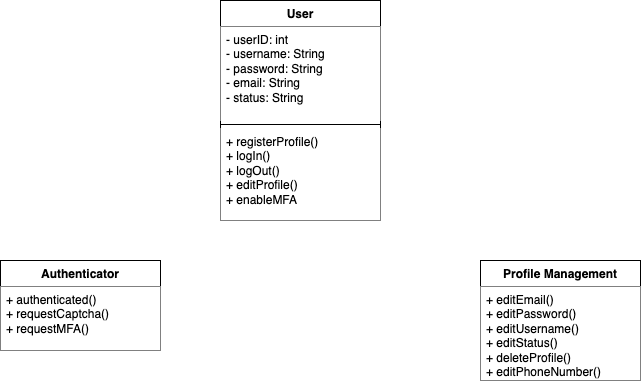
The draw.io diagram docs/class_structure_diagrams/class_structure_diagram_06.png in ShakH00/OMGame, before a commit. Source tidied: cells renumbered, new cells last; positions are measured from the earlier drawing's top-left corner, leaving out a move shared by most shapes. Source of this version:
```xml
<mxGraphModel>
  <root>
    <mxCell id="0" />
    <mxCell id="1" parent="0" />
    <mxCell id="2" value="User" style="swimlane;fontStyle=1;align=center;verticalAlign=top;horizontal=1;startSize=26;whiteSpace=wrap;html=1;" parent="1" vertex="1">
      <mxGeometry x="220" width="160" height="220" as="geometry" />
    </mxCell>
    <mxCell id="3" value="- userID: int&lt;div&gt;- username: String&lt;/div&gt;&lt;div&gt;- password: String&lt;/div&gt;&lt;div&gt;- email: String&lt;/div&gt;&lt;div&gt;- status: String&lt;/div&gt;" style="text;align=left;verticalAlign=top;spacingLeft=4;spacingRight=4;overflow=hidden;whiteSpace=wrap;html=1;fillColor=default;" parent="2" vertex="1">
      <mxGeometry y="26" width="160" height="94" as="geometry" />
    </mxCell>
    <mxCell id="4" style="line;strokeWidth=1;fillColor=none;align=left;verticalAlign=middle;spacingTop=-1;spacingLeft=3;spacingRight=3;labelPosition=right;strokeColor=inherit;" parent="2" vertex="1">
      <mxGeometry y="120" width="160" height="8" as="geometry" />
    </mxCell>
    <mxCell id="5" value="+ registerProfile()&lt;div&gt;+ logIn()&lt;/div&gt;&lt;div&gt;+ logOut()&lt;/div&gt;&lt;div&gt;+ editProfile()&lt;/div&gt;&lt;div&gt;+ enableMFA&lt;/div&gt;" style="text;strokeColor=none;fillColor=default;align=left;verticalAlign=top;spacingLeft=4;spacingRight=4;overflow=hidden;whiteSpace=wrap;html=1;" parent="2" vertex="1">
      <mxGeometry y="128" width="160" height="92" as="geometry" />
    </mxCell>
    <mxCell id="6" value="Profile Management" style="swimlane;fontStyle=1;align=center;verticalAlign=top;horizontal=1;startSize=26;whiteSpace=wrap;html=1;" parent="1" vertex="1">
      <mxGeometry x="480" y="260" width="160" height="120" as="geometry" />
    </mxCell>
    <mxCell id="7" value="+ editEmail()&lt;div&gt;+ editPassword()&lt;/div&gt;&lt;div&gt;+ editUsername()&lt;/div&gt;&lt;div&gt;+ editStatus()&lt;/div&gt;&lt;div&gt;+ deleteProfile()&lt;/div&gt;&lt;div&gt;+ editPhoneNumber()&lt;/div&gt;" style="text;strokeColor=none;fillColor=default;align=left;verticalAlign=top;spacingLeft=4;spacingRight=4;overflow=hidden;whiteSpace=wrap;html=1;" parent="6" vertex="1">
      <mxGeometry y="26" width="160" height="94" as="geometry" />
    </mxCell>
    <mxCell id="8" value="Authenticator" style="swimlane;fontStyle=1;align=center;verticalAlign=top;horizontal=1;startSize=26;whiteSpace=wrap;html=1;" parent="1" vertex="1">
      <mxGeometry y="260" width="160" height="90" as="geometry" />
    </mxCell>
    <mxCell id="9" value="+ authenticated()&lt;br&gt;&lt;div&gt;+ requestCaptcha()&lt;/div&gt;&lt;div&gt;+ requestMFA()&lt;/div&gt;&lt;div&gt;&lt;br&gt;&lt;/div&gt;" style="text;strokeColor=none;fillColor=default;align=left;verticalAlign=top;spacingLeft=4;spacingRight=4;overflow=hidden;whiteSpace=wrap;html=1;" parent="8" vertex="1">
      <mxGeometry y="26" width="160" height="64" as="geometry" />
    </mxCell>
  </root>
</mxGraphModel>
```
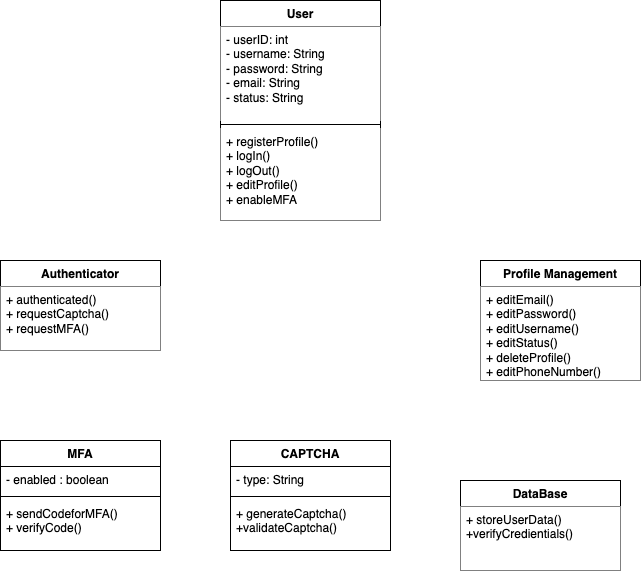
Later version of the same file.

Commit message:
30215541- added MFA, CAPTCHA, DataBase to class_structure_diagram_06.png

Diff of the diagram source:
```diff
@@ -26,5 +26,35 @@
     <mxCell id="9" value="+ authenticated()&lt;br&gt;&lt;div&gt;+ requestCaptcha()&lt;/div&gt;&lt;div&gt;+ requestMFA()&lt;/div&gt;&lt;div&gt;&lt;br&gt;&lt;/div&gt;" style="text;strokeColor=none;fillColor=default;align=left;verticalAlign=top;spacingLeft=4;spacingRight=4;overflow=hidden;whiteSpace=wrap;html=1;" parent="8" vertex="1">
       <mxGeometry y="26" width="160" height="64" as="geometry" />
     </mxCell>
+    <mxCell id="10" value="MFA" style="swimlane;fontStyle=1;align=center;verticalAlign=top;horizontal=1;startSize=26;whiteSpace=wrap;html=1;" parent="1" vertex="1">
+      <mxGeometry y="440" width="160" height="110" as="geometry" />
+    </mxCell>
+    <mxCell id="11" value="- enabled : boolean" style="text;strokeColor=none;fillColor=none;align=left;verticalAlign=top;spacingLeft=4;spacingRight=4;overflow=hidden;whiteSpace=wrap;html=1;" parent="10" vertex="1">
+      <mxGeometry y="26" width="160" height="26" as="geometry" />
+    </mxCell>
+    <mxCell id="12" style="line;strokeWidth=1;fillColor=none;align=left;verticalAlign=middle;spacingTop=-1;spacingLeft=3;spacingRight=3;labelPosition=right;strokeColor=inherit;" parent="10" vertex="1">
+      <mxGeometry y="52" width="160" height="8" as="geometry" />
+    </mxCell>
+    <mxCell id="13" value="+ sendCodeforMFA()&lt;div&gt;+ verifyCode()&lt;/div&gt;" style="text;strokeColor=none;fillColor=none;align=left;verticalAlign=top;spacingLeft=4;spacingRight=4;overflow=hidden;whiteSpace=wrap;html=1;" parent="10" vertex="1">
+      <mxGeometry y="60" width="160" height="50" as="geometry" />
+    </mxCell>
+    <mxCell id="14" value="CAPTCHA" style="swimlane;fontStyle=1;align=center;verticalAlign=top;horizontal=1;startSize=26;whiteSpace=wrap;html=1;" parent="1" vertex="1">
+      <mxGeometry x="230" y="440" width="160" height="110" as="geometry" />
+    </mxCell>
+    <mxCell id="15" value="- type: String" style="text;strokeColor=none;fillColor=none;align=left;verticalAlign=top;spacingLeft=4;spacingRight=4;overflow=hidden;whiteSpace=wrap;html=1;" parent="14" vertex="1">
+      <mxGeometry y="26" width="160" height="26" as="geometry" />
+    </mxCell>
+    <mxCell id="16" style="line;strokeWidth=1;fillColor=none;align=left;verticalAlign=middle;spacingTop=-1;spacingLeft=3;spacingRight=3;labelPosition=right;strokeColor=inherit;" parent="14" vertex="1">
+      <mxGeometry y="52" width="160" height="8" as="geometry" />
+    </mxCell>
+    <mxCell id="17" value="+ generateCaptcha()&lt;div&gt;+validateCaptcha()&lt;/div&gt;" style="text;strokeColor=none;fillColor=none;align=left;verticalAlign=top;spacingLeft=4;spacingRight=4;overflow=hidden;whiteSpace=wrap;html=1;" parent="14" vertex="1">
+      <mxGeometry y="60" width="160" height="50" as="geometry" />
+    </mxCell>
+    <mxCell id="18" value="DataBase" style="swimlane;fontStyle=1;align=center;verticalAlign=top;horizontal=1;startSize=26;whiteSpace=wrap;html=1;" parent="1" vertex="1">
+      <mxGeometry x="460" y="480" width="160" height="90" as="geometry" />
+    </mxCell>
+    <mxCell id="19" value="+ storeUserData()&lt;div&gt;+verifyCredientials()&lt;br&gt;&lt;div&gt;&lt;br&gt;&lt;/div&gt;&lt;/div&gt;" style="text;strokeColor=none;fillColor=default;align=left;verticalAlign=top;spacingLeft=4;spacingRight=4;overflow=hidden;whiteSpace=wrap;html=1;" parent="18" vertex="1">
+      <mxGeometry y="26" width="160" height="64" as="geometry" />
+    </mxCell>
   </root>
 </mxGraphModel>
```
